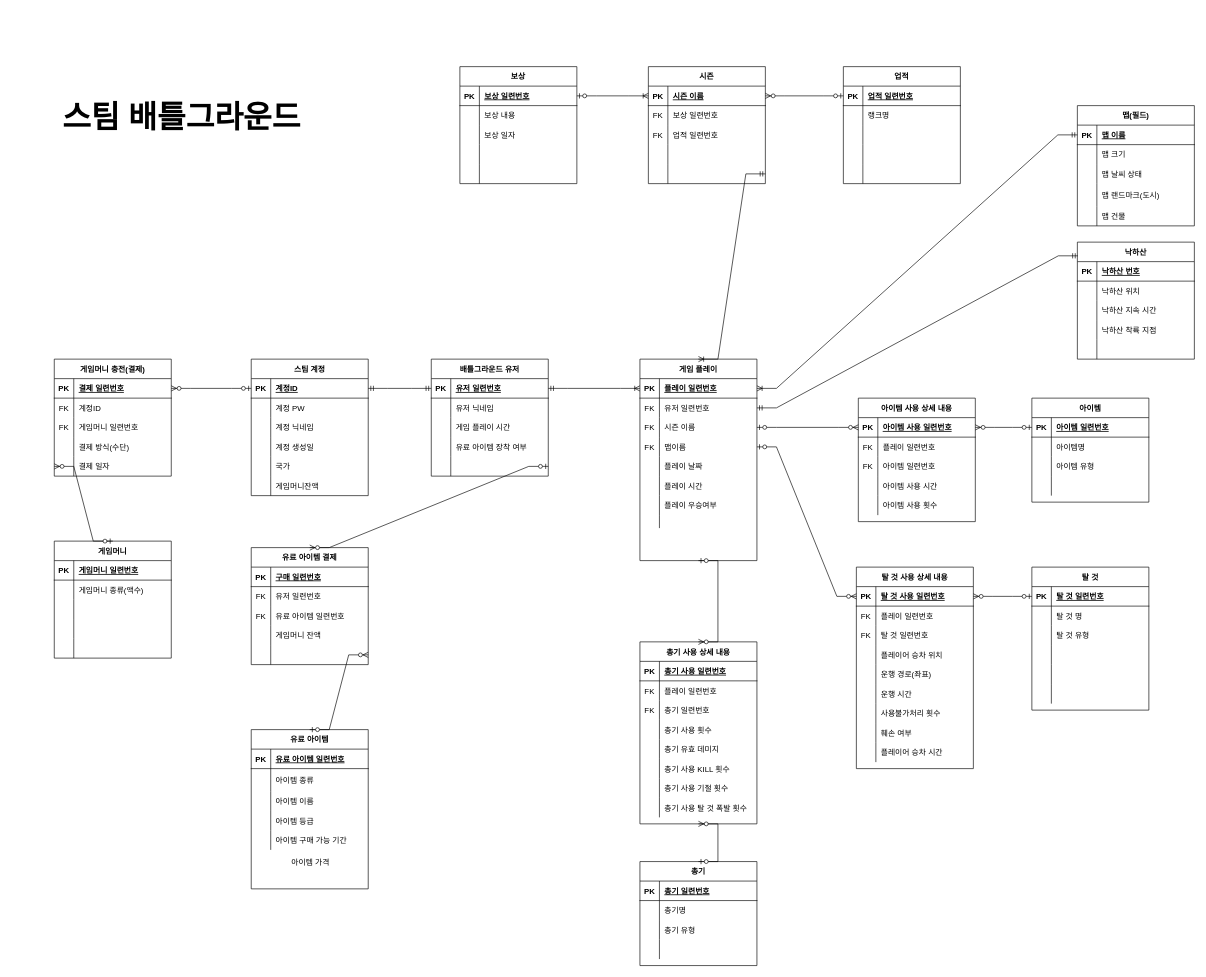
kurt7191/TIL keeps this draw.io diagram as 대학원/1-1/데이터베이스구조와운용/ERD PROJECT/장은준_2021144276-1-1.drawio. Above is the earlier version. Source tidied: cells renumbered, new cells numbered last; positions are measured from the earlier drawing's top-left corner, leaving out a move shared by most shapes. Both pictures are drawn from the tidied source at 65%, with x=0, y=0 at pixel (11, 11).
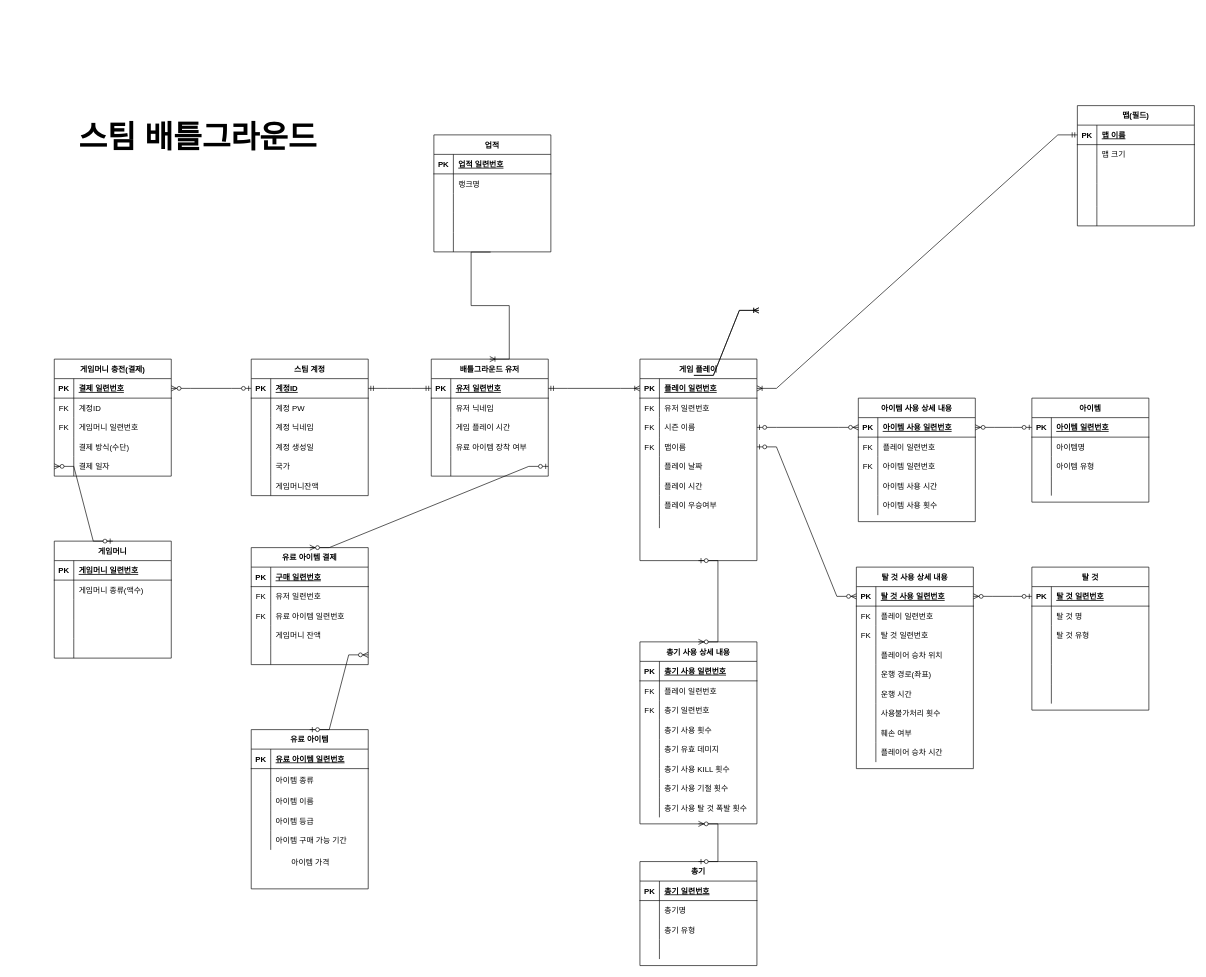
Above is the later version.

Commit message (it also covers changes not shown here):
20211210|database sql query update

The change refers to these unchanged cells:
```xml
<mxCell id="67" value="배틀그라운드 유저" style="shape=table;startSize=30;childLayout=tableLayout;rowLines=0;fontStyle=1;align=center;" parent="1" vertex="1">
  <mxGeometry x="646" y="535" width="180" height="180" as="geometry" />
</mxCell>
<mxCell id="90" style="shape=partialRectangle;fillColor=none;top=0;left=0;bottom=0;right=0;" parent="83" vertex="1">
  <mxGeometry y="90" width="180" height="30" as="geometry" />
</mxCell>
<mxCell id="93" style="shape=partialRectangle;fillColor=none;top=0;left=0;bottom=0;right=0;" parent="83" vertex="1">
  <mxGeometry y="120" width="180" height="35" as="geometry" />
</mxCell>
<mxCell id="96" style="shape=partialRectangle;fillColor=none;top=0;left=0;bottom=0;right=0;" parent="83" vertex="1">
  <mxGeometry y="155" width="180" height="30" as="geometry" />
</mxCell>
<mxCell id="148" style="shape=partialRectangle;fillColor=none;top=0;left=0;bottom=1;right=0;points=[[0,0.5],[1,0.5]];portConstraint=eastwest;" parent="147" vertex="1">
  <mxGeometry y="30" width="180" height="30" as="geometry" />
</mxCell>
<mxCell id="160" style="shape=partialRectangle;fillColor=none;top=0;left=0;bottom=0;right=0;points=[[0,0.5],[1,0.5]];portConstraint=eastwest;" parent="147" vertex="1">
  <mxGeometry y="150" width="180" height="30" as="geometry" />
</mxCell>
<mxCell id="163" value="게임 플레이" style="shape=table;startSize=30;childLayout=tableLayout;rowLines=0;fontStyle=1;align=center;" parent="1" vertex="1">
  <mxGeometry x="967" y="535" width="180" height="310" as="geometry" />
</mxCell>
<mxCell id="167" style="shape=partialRectangle;fillColor=none;top=0;left=0;bottom=0;right=0;points=[[0,0.5],[1,0.5]];portConstraint=eastwest;" parent="163" vertex="1">
  <mxGeometry y="60" width="180" height="30" as="geometry" />
</mxCell>
```

The edit, as a diff of the source:
```diff
@@
     <mxCell id="2" value="&lt;b&gt;&lt;font style=&quot;font-size: 48px&quot;&gt;스팀 배틀그라운드&lt;/font&gt;&lt;/b&gt;" style="text;html=1;strokeColor=none;fillColor=none;align=center;verticalAlign=middle;whiteSpace=wrap;rounded=0;" parent="1" vertex="1">
-      <mxGeometry width="524" height="325" as="geometry" />
+      <mxGeometry x="25" y="30" width="524" height="325" as="geometry" />
     </mxCell>
@@
-    <mxCell id="92" value="맵 날씨 상태" style="shape=partialRectangle;fillColor=none;top=0;left=0;bottom=0;right=0;align=left;spacingLeft=6;overflow=hidden;" parent="90" vertex="1">
+    <mxCell id="92" style="shape=partialRectangle;fillColor=none;top=0;left=0;bottom=0;right=0;align=left;spacingLeft=6;overflow=hidden;" parent="90" vertex="1">
       <mxGeometry x="30" width="150" height="30" as="geometry" />
     </mxCell>
@@
-    <mxCell id="95" value="맵 랜드마크(도시)" style="shape=partialRectangle;fillColor=none;top=0;left=0;bottom=0;right=0;align=left;spacingLeft=6;overflow=hidden;" parent="93" vertex="1">
+    <mxCell id="95" style="shape=partialRectangle;fillColor=none;top=0;left=0;bottom=0;right=0;align=left;spacingLeft=6;overflow=hidden;" parent="93" vertex="1">
       <mxGeometry x="30" width="150" height="35" as="geometry" />
     </mxCell>
@@
-    <mxCell id="98" value="맵 건물" style="shape=partialRectangle;fillColor=none;top=0;left=0;bottom=0;right=0;align=left;spacingLeft=6;overflow=hidden;" parent="96" vertex="1">
+    <mxCell id="98" style="shape=partialRectangle;fillColor=none;top=0;left=0;bottom=0;right=0;align=left;spacingLeft=6;overflow=hidden;" parent="96" vertex="1">
       <mxGeometry x="30" width="150" height="30" as="geometry" />
     </mxCell>
-    <mxCell id="99" value="낙하산" style="shape=table;startSize=30;childLayout=tableLayout;rowLines=0;fontStyle=1;align=center;" parent="1" vertex="1">
-      <mxGeometry x="1640" y="355" width="180" height="180" as="geometry" />
-    </mxCell>
-    <mxCell id="100" style="shape=partialRectangle;fillColor=none;top=0;left=0;bottom=1;right=0;" parent="99" vertex="1">
-      <mxGeometry y="30" width="180" height="30" as="geometry" />
-    </mxCell>
-    <mxCell id="101" value="PK" style="shape=partialRectangle;fillColor=none;top=0;left=0;bottom=0;right=0;fontStyle=1;overflow=hidden;" parent="100" vertex="1">
-      <mxGeometry width="30" height="30" as="geometry" />
-    </mxCell>
-    <mxCell id="102" value="낙하산 번호" style="shape=partialRectangle;fillColor=none;top=0;left=0;bottom=0;right=0;align=left;spacingLeft=6;fontStyle=5;overflow=hidden;" parent="100" vertex="1">
-      <mxGeometry x="30" width="150" height="30" as="geometry" />
-    </mxCell>
-    <mxCell id="103" style="shape=partialRectangle;fillColor=none;top=0;left=0;bottom=0;right=0;" parent="99" vertex="1">
-      <mxGeometry y="60" width="180" height="30" as="geometry" />
-    </mxCell>
-    <mxCell id="104" style="shape=partialRectangle;fillColor=none;top=0;left=0;bottom=0;right=0;overflow=hidden;" parent="103" vertex="1">
-      <mxGeometry width="30" height="30" as="geometry" />
-    </mxCell>
-    <mxCell id="105" value="낙하산 위치" style="shape=partialRectangle;fillColor=none;top=0;left=0;bottom=0;right=0;align=left;spacingLeft=6;overflow=hidden;" parent="103" vertex="1">
-      <mxGeometry x="30" width="150" height="30" as="geometry" />
-    </mxCell>
-    <mxCell id="106" style="shape=partialRectangle;fillColor=none;top=0;left=0;bottom=0;right=0;" parent="99" vertex="1">
-      <mxGeometry y="90" width="180" height="30" as="geometry" />
-    </mxCell>
-    <mxCell id="107" style="shape=partialRectangle;fillColor=none;top=0;left=0;bottom=0;right=0;overflow=hidden;" parent="106" vertex="1">
-      <mxGeometry width="30" height="30" as="geometry" />
-    </mxCell>
-    <mxCell id="108" value="낙하산 지속 시간" style="shape=partialRectangle;fillColor=none;top=0;left=0;bottom=0;right=0;align=left;spacingLeft=6;overflow=hidden;" parent="106" vertex="1">
-      <mxGeometry x="30" width="150" height="30" as="geometry" />
-    </mxCell>
-    <mxCell id="109" style="shape=partialRectangle;fillColor=none;top=0;left=0;bottom=0;right=0;" parent="99" vertex="1">
-      <mxGeometry y="120" width="180" height="30" as="geometry" />
-    </mxCell>
-    <mxCell id="110" style="shape=partialRectangle;fillColor=none;top=0;left=0;bottom=0;right=0;overflow=hidden;" parent="109" vertex="1">
-      <mxGeometry width="30" height="30" as="geometry" />
-    </mxCell>
-    <mxCell id="111" value="낙하산 착륙 지점" style="shape=partialRectangle;fillColor=none;top=0;left=0;bottom=0;right=0;align=left;spacingLeft=6;overflow=hidden;" parent="109" vertex="1">
-      <mxGeometry x="30" width="150" height="30" as="geometry" />
-    </mxCell>
-    <mxCell id="112" style="shape=partialRectangle;fillColor=none;top=0;left=0;bottom=0;right=0;" parent="99" vertex="1">
-      <mxGeometry y="150" width="180" height="30" as="geometry" />
-    </mxCell>
-    <mxCell id="113" style="shape=partialRectangle;fillColor=none;top=0;left=0;bottom=0;right=0;overflow=hidden;" parent="112" vertex="1">
-      <mxGeometry width="30" height="30" as="geometry" />
-    </mxCell>
-    <mxCell id="114" style="shape=partialRectangle;fillColor=none;top=0;left=0;bottom=0;right=0;align=left;spacingLeft=6;overflow=hidden;" parent="112" vertex="1">
-      <mxGeometry x="30" width="150" height="30" as="geometry" />
-    </mxCell>
-    <mxCell id="115" value="시즌" style="shape=table;startSize=30;childLayout=tableLayout;rowLines=0;fontStyle=1;align=center;" parent="1" vertex="1">
-      <mxGeometry x="980" y="85" width="180" height="180" as="geometry" />
-    </mxCell>
-    <mxCell id="116" style="shape=partialRectangle;fillColor=none;top=0;left=0;bottom=1;right=0;points=[[0,0.5],[1,0.5]];portConstraint=eastwest;" parent="115" vertex="1">
-      <mxGeometry y="30" width="180" height="30" as="geometry" />
-    </mxCell>
-    <mxCell id="117" value="PK" style="shape=partialRectangle;fillColor=none;top=0;left=0;bottom=0;right=0;fontStyle=1;overflow=hidden;" parent="116" vertex="1">
-      <mxGeometry width="30" height="30" as="geometry" />
-    </mxCell>
-    <mxCell id="118" value="시즌 이름" style="shape=partialRectangle;fillColor=none;top=0;left=0;bottom=0;right=0;align=left;spacingLeft=6;fontStyle=5;overflow=hidden;" parent="116" vertex="1">
-      <mxGeometry x="30" width="150" height="30" as="geometry" />
-    </mxCell>
-    <mxCell id="119" style="shape=partialRectangle;fillColor=none;top=0;left=0;bottom=0;right=0;" parent="115" vertex="1">
-      <mxGeometry y="60" width="180" height="30" as="geometry" />
-    </mxCell>
-    <mxCell id="120" value="FK" style="shape=partialRectangle;fillColor=none;top=0;left=0;bottom=0;right=0;overflow=hidden;" parent="119" vertex="1">
-      <mxGeometry width="30" height="30" as="geometry" />
-    </mxCell>
-    <mxCell id="121" value="보상 일련번호" style="shape=partialRectangle;fillColor=none;top=0;left=0;bottom=0;right=0;align=left;spacingLeft=6;overflow=hidden;" parent="119" vertex="1">
-      <mxGeometry x="30" width="150" height="30" as="geometry" />
-    </mxCell>
-    <mxCell id="122" style="shape=partialRectangle;fillColor=none;top=0;left=0;bottom=0;right=0;" parent="115" vertex="1">
-      <mxGeometry y="90" width="180" height="30" as="geometry" />
-    </mxCell>
-    <mxCell id="123" value="FK" style="shape=partialRectangle;fillColor=none;top=0;left=0;bottom=0;right=0;overflow=hidden;" parent="122" vertex="1">
-      <mxGeometry width="30" height="30" as="geometry" />
-    </mxCell>
-    <mxCell id="124" value="업적 일련번호" style="shape=partialRectangle;fillColor=none;top=0;left=0;bottom=0;right=0;align=left;spacingLeft=6;overflow=hidden;" parent="122" vertex="1">
-      <mxGeometry x="30" width="150" height="30" as="geometry" />
-    </mxCell>
-    <mxCell id="125" style="shape=partialRectangle;fillColor=none;top=0;left=0;bottom=0;right=0;" parent="115" vertex="1">
-      <mxGeometry y="120" width="180" height="30" as="geometry" />
-    </mxCell>
-    <mxCell id="126" style="shape=partialRectangle;fillColor=none;top=0;left=0;bottom=0;right=0;overflow=hidden;" parent="125" vertex="1">
-      <mxGeometry width="30" height="30" as="geometry" />
-    </mxCell>
-    <mxCell id="127" style="shape=partialRectangle;fillColor=none;top=0;left=0;bottom=0;right=0;align=left;spacingLeft=6;overflow=hidden;" parent="125" vertex="1">
-      <mxGeometry x="30" width="150" height="30" as="geometry" />
-    </mxCell>
-    <mxCell id="128" style="shape=partialRectangle;fillColor=none;top=0;left=0;bottom=0;right=0;points=[[0,0.5],[1,0.5]];portConstraint=eastwest;" parent="115" vertex="1">
-      <mxGeometry y="150" width="180" height="30" as="geometry" />
-    </mxCell>
-    <mxCell id="129" style="shape=partialRectangle;fillColor=none;top=0;left=0;bottom=0;right=0;overflow=hidden;" parent="128" vertex="1">
-      <mxGeometry width="30" height="30" as="geometry" />
-    </mxCell>
-    <mxCell id="130" style="shape=partialRectangle;fillColor=none;top=0;left=0;bottom=0;right=0;align=left;spacingLeft=6;overflow=hidden;" parent="128" vertex="1">
-      <mxGeometry x="30" width="150" height="30" as="geometry" />
-    </mxCell>
@@
     <mxCell id="147" value="업적" style="shape=table;startSize=30;childLayout=tableLayout;rowLines=0;fontStyle=1;align=center;" parent="1" vertex="1">
-      <mxGeometry x="1280" y="85" width="180" height="180" as="geometry" />
+      <mxGeometry x="650" y="190" width="180" height="180" as="geometry" />
     </mxCell>
@@
-    <mxCell id="190" style="edgeStyle=entityRelationEdgeStyle;fontSize=12;html=1;endArrow=ERzeroToMany;startArrow=ERzeroToOne;rounded=0;exitX=0;exitY=0.5;exitDx=0;exitDy=0;entryX=1;entryY=0.5;entryDx=0;entryDy=0;" parent="1" edge="1" source="148" target="116">
-      <mxGeometry relative="1" as="geometry" />
-    </mxCell>
-    <mxCell id="191" value="보상" style="shape=table;startSize=30;childLayout=tableLayout;rowLines=0;fontStyle=1;align=center;" parent="1" vertex="1">
-      <mxGeometry x="690" y="85" width="180" height="180" as="geometry" />
-    </mxCell>
-    <mxCell id="192" style="shape=partialRectangle;fillColor=none;top=0;left=0;bottom=1;right=0;points=[[0,0.5],[1,0.5]];portConstraint=eastwest;" parent="191" vertex="1">
-      <mxGeometry y="30" width="180" height="30" as="geometry" />
-    </mxCell>
-    <mxCell id="193" value="PK" style="shape=partialRectangle;fillColor=none;top=0;left=0;bottom=0;right=0;fontStyle=1;overflow=hidden;" parent="192" vertex="1">
-      <mxGeometry width="30" height="30" as="geometry" />
-    </mxCell>
-    <mxCell id="194" value="보상 일련번호" style="shape=partialRectangle;fillColor=none;top=0;left=0;bottom=0;right=0;align=left;spacingLeft=6;fontStyle=5;overflow=hidden;" parent="192" vertex="1">
-      <mxGeometry x="30" width="150" height="30" as="geometry" />
-    </mxCell>
-    <mxCell id="195" style="shape=partialRectangle;fillColor=none;top=0;left=0;bottom=0;right=0;" parent="191" vertex="1">
-      <mxGeometry y="60" width="180" height="30" as="geometry" />
-    </mxCell>
-    <mxCell id="196" style="shape=partialRectangle;fillColor=none;top=0;left=0;bottom=0;right=0;overflow=hidden;" parent="195" vertex="1">
-      <mxGeometry width="30" height="30" as="geometry" />
-    </mxCell>
-    <mxCell id="197" value="보상 내용" style="shape=partialRectangle;fillColor=none;top=0;left=0;bottom=0;right=0;align=left;spacingLeft=6;overflow=hidden;" parent="195" vertex="1">
-      <mxGeometry x="30" width="150" height="30" as="geometry" />
-    </mxCell>
-    <mxCell id="198" style="shape=partialRectangle;fillColor=none;top=0;left=0;bottom=0;right=0;" parent="191" vertex="1">
-      <mxGeometry y="90" width="180" height="30" as="geometry" />
-    </mxCell>
-    <mxCell id="199" style="shape=partialRectangle;fillColor=none;top=0;left=0;bottom=0;right=0;overflow=hidden;" parent="198" vertex="1">
-      <mxGeometry width="30" height="30" as="geometry" />
-    </mxCell>
-    <mxCell id="200" value="보상 일자" style="shape=partialRectangle;fillColor=none;top=0;left=0;bottom=0;right=0;align=left;spacingLeft=6;overflow=hidden;" parent="198" vertex="1">
-      <mxGeometry x="30" width="150" height="30" as="geometry" />
-    </mxCell>
-    <mxCell id="201" style="shape=partialRectangle;fillColor=none;top=0;left=0;bottom=0;right=0;" parent="191" vertex="1">
-      <mxGeometry y="120" width="180" height="30" as="geometry" />
-    </mxCell>
-    <mxCell id="202" style="shape=partialRectangle;fillColor=none;top=0;left=0;bottom=0;right=0;overflow=hidden;" parent="201" vertex="1">
-      <mxGeometry width="30" height="30" as="geometry" />
-    </mxCell>
-    <mxCell id="203" style="shape=partialRectangle;fillColor=none;top=0;left=0;bottom=0;right=0;align=left;spacingLeft=6;overflow=hidden;" parent="201" vertex="1">
-      <mxGeometry x="30" width="150" height="30" as="geometry" />
-    </mxCell>
-    <mxCell id="204" style="shape=partialRectangle;fillColor=none;top=0;left=0;bottom=0;right=0;" parent="191" vertex="1">
-      <mxGeometry y="150" width="180" height="30" as="geometry" />
-    </mxCell>
-    <mxCell id="205" style="shape=partialRectangle;fillColor=none;top=0;left=0;bottom=0;right=0;overflow=hidden;" parent="204" vertex="1">
-      <mxGeometry width="30" height="30" as="geometry" />
-    </mxCell>
-    <mxCell id="206" style="shape=partialRectangle;fillColor=none;top=0;left=0;bottom=0;right=0;align=left;spacingLeft=6;overflow=hidden;" parent="204" vertex="1">
-      <mxGeometry x="30" width="150" height="30" as="geometry" />
-    </mxCell>
@@
-    <mxCell id="208" style="edgeStyle=entityRelationEdgeStyle;fontSize=12;html=1;endArrow=ERoneToMany;startArrow=ERzeroToOne;rounded=0;exitX=1;exitY=0.5;exitDx=0;exitDy=0;entryX=0;entryY=0.5;entryDx=0;entryDy=0;" parent="1" edge="1" source="192" target="116">
-      <mxGeometry relative="1" as="geometry" />
-    </mxCell>
-    <mxCell id="209" style="edgeStyle=entityRelationEdgeStyle;fontSize=12;html=1;endArrow=ERoneToMany;startArrow=ERmandOne;rounded=0;exitX=1;exitY=0.5;exitDx=0;exitDy=0;entryX=0.5;entryY=0;entryDx=0;entryDy=0;" parent="1" edge="1" source="128" target="163">
-      <mxGeometry relative="1" as="geometry" />
-    </mxCell>
@@
-    <mxCell id="212" style="edgeStyle=entityRelationEdgeStyle;fontSize=12;html=1;endArrow=ERmandOne;startArrow=ERmandOne;rounded=0;exitX=0.004;exitY=0.117;exitDx=0;exitDy=0;entryX=1;entryY=0.5;entryDx=0;entryDy=0;exitPerimeter=0;" parent="1" edge="1" source="99" target="167">
-      <mxGeometry relative="1" as="geometry" />
-    </mxCell>
@@
+    <mxCell id="339" style="edgeStyle=entityRelationEdgeStyle;fontSize=12;html=1;endArrow=ERoneToMany;rounded=0;" parent="1" edge="1">
+      <mxGeometry relative="1" as="geometry">
+        <mxPoint x="1050" y="560" as="sourcePoint" />
+        <mxPoint x="1150" y="460" as="targetPoint" />
+      </mxGeometry>
+    </mxCell>
+    <mxCell id="340" style="edgeStyle=entityRelationEdgeStyle;fontSize=12;html=1;endArrow=ERoneToMany;rounded=0;" parent="1" edge="1">
+      <mxGeometry relative="1" as="geometry">
+        <mxPoint x="1050" y="560" as="sourcePoint" />
+        <mxPoint x="1150" y="460" as="targetPoint" />
+      </mxGeometry>
+    </mxCell>
+    <mxCell id="341" style="edgeStyle=entityRelationEdgeStyle;fontSize=12;html=1;endArrow=ERoneToMany;rounded=0;exitX=0.485;exitY=1.011;exitDx=0;exitDy=0;exitPerimeter=0;entryX=0.5;entryY=0;entryDx=0;entryDy=0;" parent="1" edge="1" source="160" target="67">
+      <mxGeometry relative="1" as="geometry" />
+    </mxCell>
```
